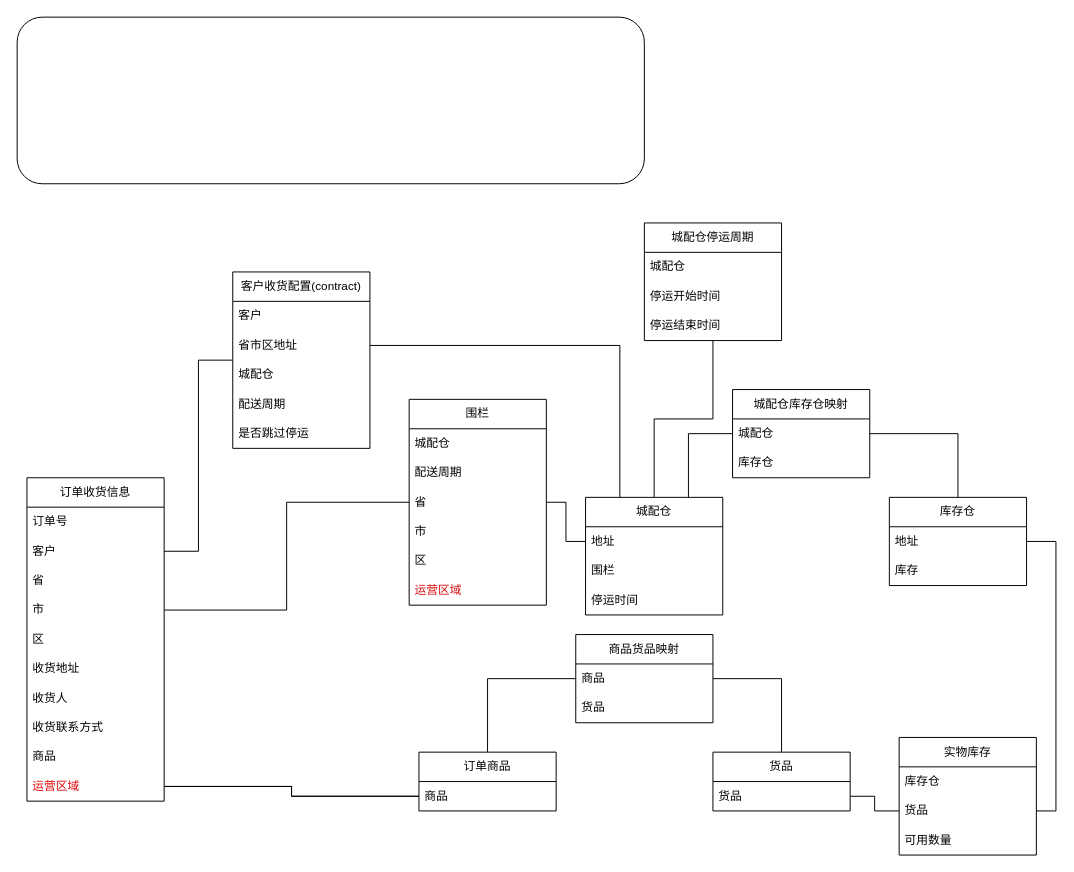
This is draw.io/履约调度逻辑.drawio from zzqfsy/zzqfsy.github.io, a draw.io file, before an edit. Source tidied: cells renumbered, new cells numbered last; positions are measured from the earlier drawing's top-left corner, leaving out a move shared by most shapes. Both pictures are drawn from the tidied source at 98%, with x=0, y=0 at pixel (17, 17).
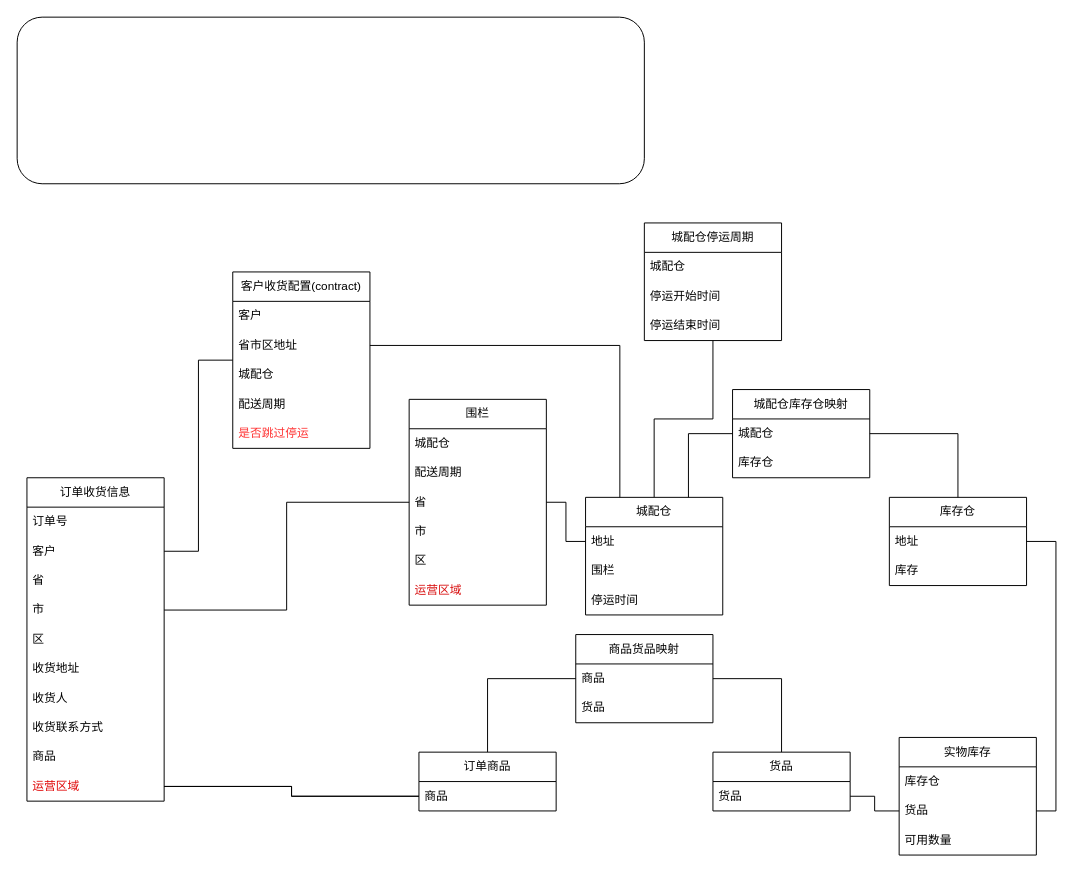
After the change.

Commit message (it also covers changes not shown here):
更新履约调度逻辑.drawio

The change refers to these unchanged cells:
```xml
<mxCell id="53" value="客户收货配置(contract)" style="swimlane;fontStyle=0;horizontal=1;startSize=30;whiteSpace=wrap;html=1;" parent="1" vertex="1">
  <mxGeometry x="220" y="260" width="140" height="180" as="geometry" />
</mxCell>
```

Diff of the diagram source:
```diff
@@
-    <mxCell id="58" value="是否跳过停运" style="text;strokeColor=none;fillColor=none;align=left;verticalAlign=middle;spacingLeft=4;spacingRight=4;overflow=hidden;whiteSpace=wrap;html=1;" parent="53" vertex="1">
+    <mxCell id="58" value="是否跳过停运" style="text;strokeColor=none;fillColor=none;align=left;verticalAlign=middle;spacingLeft=4;spacingRight=4;overflow=hidden;whiteSpace=wrap;html=1;fontColor=#FF3333;" parent="53" vertex="1">
       <mxGeometry y="150" width="140" height="30" as="geometry" />
     </mxCell>
```
